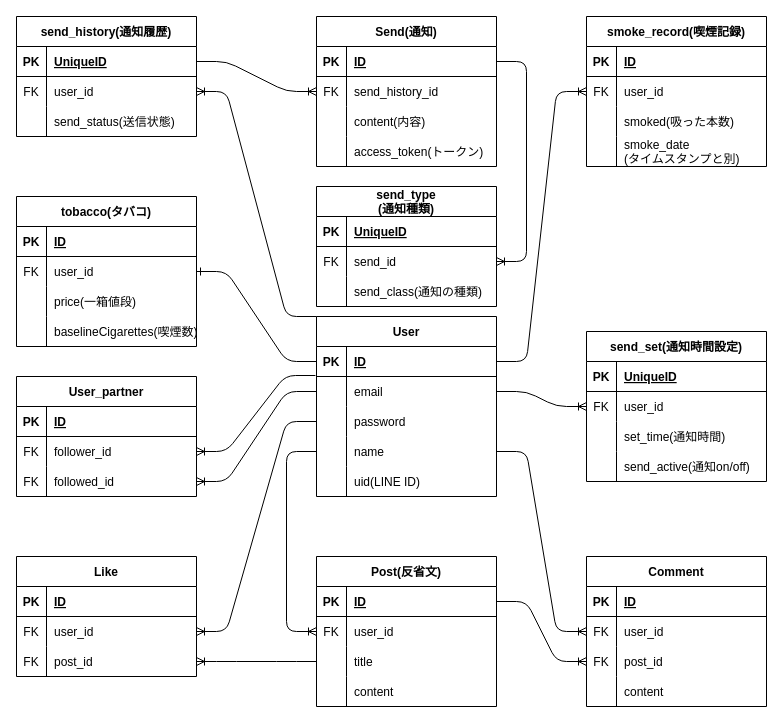
Before: ER図.dio in KotaroSakai/web_app, a draw.io diagram. Source tidied: cells renumbered, new cells numbered last; positions are measured from the earlier drawing's top-left corner, leaving out a move shared by most shapes. Both pictures are drawn from the tidied source at 100%, with x=0, y=0 at pixel (16, 16).
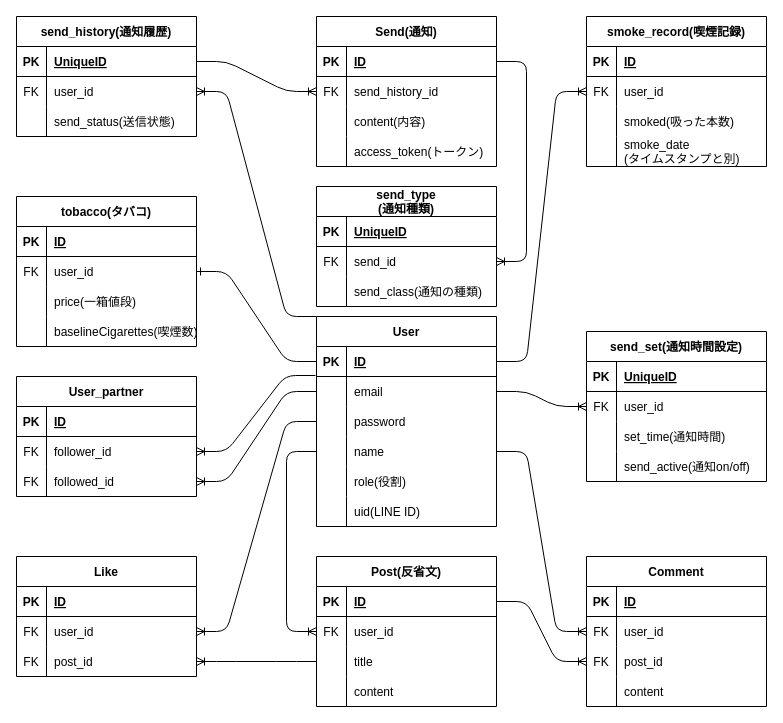
The same diagram, later.

Diff of the diagram source:
```diff
@@
     <mxCell id="2" value="User" style="shape=table;startSize=30;childLayout=tableLayout;rowLines=0;fontStyle=1;align=center;" parent="1" vertex="1">
-      <mxGeometry x="300" y="300" width="180" height="180" as="geometry" />
+      <mxGeometry x="300" y="300" width="180" height="210" as="geometry" />
     </mxCell>
@@
+    <mxCell id="149" style="shape=tableRow;horizontal=0;startSize=0;swimlaneHead=0;swimlaneBody=0;fillColor=none;top=0;left=0;right=0;bottom=0;" parent="2" vertex="1">
+      <mxGeometry y="150" width="180" height="30" as="geometry" />
+    </mxCell>
+    <mxCell id="150" style="shape=partialRectangle;fillColor=none;top=0;left=0;bottom=0;right=0;overflow=hidden;" parent="149" vertex="1">
+      <mxGeometry width="30" height="30" as="geometry" />
+    </mxCell>
+    <mxCell id="151" value="role(役割)" style="shape=partialRectangle;fillColor=none;top=0;left=0;bottom=0;right=0;align=left;spacingLeft=6;overflow=hidden;" parent="149" vertex="1">
+      <mxGeometry x="30" width="150" height="30" as="geometry" />
+    </mxCell>
     <mxCell id="15" style="shape=tableRow;horizontal=0;startSize=0;swimlaneHead=0;swimlaneBody=0;fillColor=none;top=0;left=0;right=0;bottom=0;" parent="2" vertex="1">
-      <mxGeometry y="150" width="180" height="30" as="geometry" />
+      <mxGeometry y="180" width="180" height="30" as="geometry" />
     </mxCell>
```
